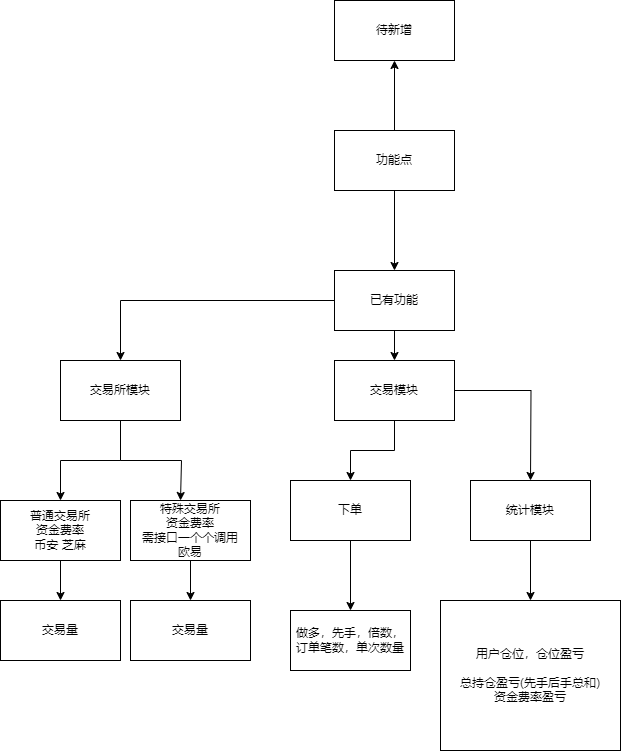
githublinpeng/softwareImage keeps this draw.io diagram as 资金费率功能点.drawio.png. Above is the earlier version. Source tidied: cells renumbered, new cells last; positions are measured from the earlier drawing's top-left corner, leaving out a move shared by most shapes.
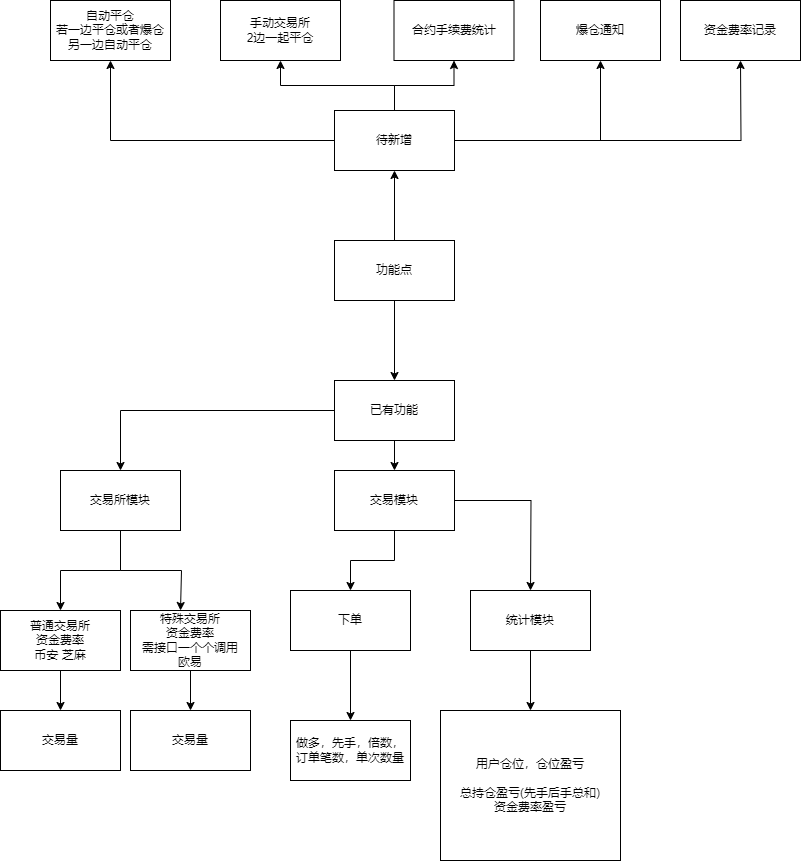
After the change.

Commit message:
已添加 资金费率功能点.drawio.png

Change to the diagram source:
```diff
@@ -11,6 +11,23 @@
     <mxCell id="4" value="功能点" style="rounded=0;whiteSpace=wrap;html=1;" parent="1" vertex="1">
       <mxGeometry x="334" y="130" width="120" height="60" as="geometry" />
     </mxCell>
+    <mxCell id="27" style="edgeStyle=orthogonalEdgeStyle;rounded=0;jettySize=auto;html=1;" parent="1" edge="1" source="5" target="32">
+      <mxGeometry relative="1" as="geometry" />
+    </mxCell>
+    <mxCell id="28" style="edgeStyle=orthogonalEdgeStyle;rounded=0;jettySize=auto;html=1;" parent="1" edge="1" source="5" target="33">
+      <mxGeometry relative="1" as="geometry" />
+    </mxCell>
+    <mxCell id="29" style="edgeStyle=orthogonalEdgeStyle;rounded=0;jettySize=auto;html=1;" parent="1" edge="1" source="5" target="34">
+      <mxGeometry relative="1" as="geometry" />
+    </mxCell>
+    <mxCell id="30" style="edgeStyle=orthogonalEdgeStyle;rounded=0;jettySize=auto;html=1;" parent="1" edge="1" source="5" target="35">
+      <mxGeometry relative="1" as="geometry" />
+    </mxCell>
+    <mxCell id="31" style="edgeStyle=orthogonalEdgeStyle;rounded=0;jettySize=auto;html=1;" parent="1" edge="1" source="5">
+      <mxGeometry relative="1" as="geometry">
+        <mxPoint x="740" y="-50" as="targetPoint" />
+      </mxGeometry>
+    </mxCell>
     <mxCell id="5" value="待新增" style="whiteSpace=wrap;html=1;rounded=0;" parent="1" vertex="1">
       <mxGeometry x="334" width="120" height="60" as="geometry" />
     </mxCell>
@@ -85,5 +102,20 @@
     <mxCell id="26" value="用户仓位，仓位盈亏&lt;div&gt;&lt;br&gt;&lt;/div&gt;&lt;div&gt;总持仓盈亏(先手后手总和)&lt;/div&gt;&lt;div&gt;资金费率盈亏&lt;/div&gt;" style="rounded=0;whiteSpace=wrap;html=1;" parent="1" vertex="1">
       <mxGeometry x="440" y="600" width="180" height="150" as="geometry" />
     </mxCell>
+    <mxCell id="32" value="自动平仓&lt;div&gt;若一边平仓或者爆仓另一边自动平仓&lt;/div&gt;" style="rounded=0;whiteSpace=wrap;html=1;" parent="1" vertex="1">
+      <mxGeometry x="50" y="-110" width="120" height="60" as="geometry" />
+    </mxCell>
+    <mxCell id="33" value="手动交易所&lt;div&gt;2边一起平仓&lt;/div&gt;" style="whiteSpace=wrap;html=1;rounded=0;" parent="1" vertex="1">
+      <mxGeometry x="220" y="-110" width="120" height="60" as="geometry" />
+    </mxCell>
+    <mxCell id="34" value="合约手续费统计" style="whiteSpace=wrap;html=1;rounded=0;" parent="1" vertex="1">
+      <mxGeometry x="393.5" y="-110" width="120" height="60" as="geometry" />
+    </mxCell>
+    <mxCell id="35" value="爆仓通知" style="rounded=0;whiteSpace=wrap;html=1;" parent="1" vertex="1">
+      <mxGeometry x="540" y="-110" width="120" height="60" as="geometry" />
+    </mxCell>
+    <mxCell id="36" value="资金费率记录" style="rounded=0;whiteSpace=wrap;html=1;" parent="1" vertex="1">
+      <mxGeometry x="680" y="-110" width="120" height="60" as="geometry" />
+    </mxCell>
   </root>
 </mxGraphModel>
```
